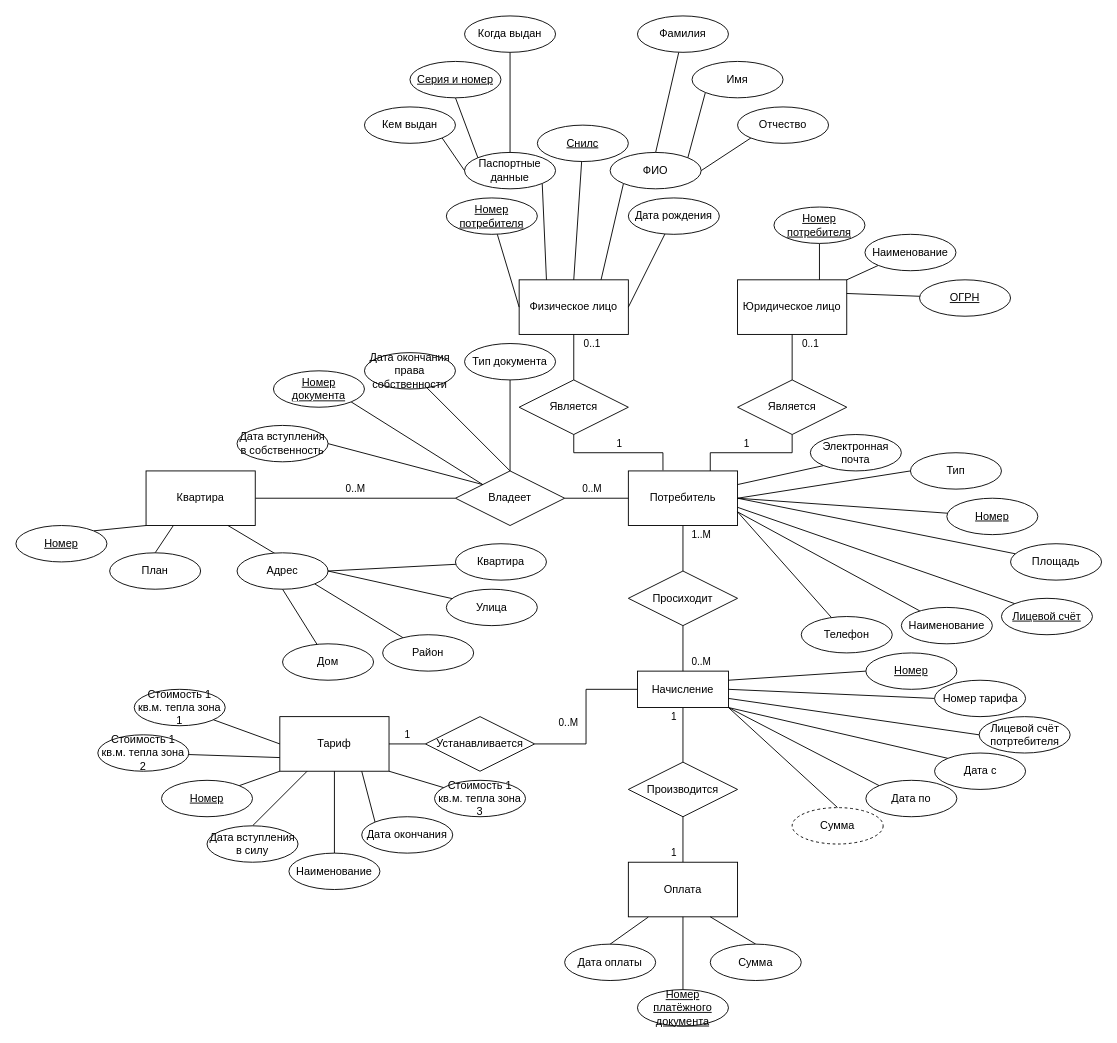
Mutabona/4Semestr keeps this draw.io diagram as PBD/Z2/Диаграмма/Концептуальная схема уровней сущностей.drawio. Above is the earlier version. Source tidied: cells renumbered, new cells numbered last; positions are measured from the earlier drawing's top-left corner, leaving out a move shared by most shapes. Both pictures are drawn from the tidied source at 91%, with x=0, y=0 at pixel (15, 15).
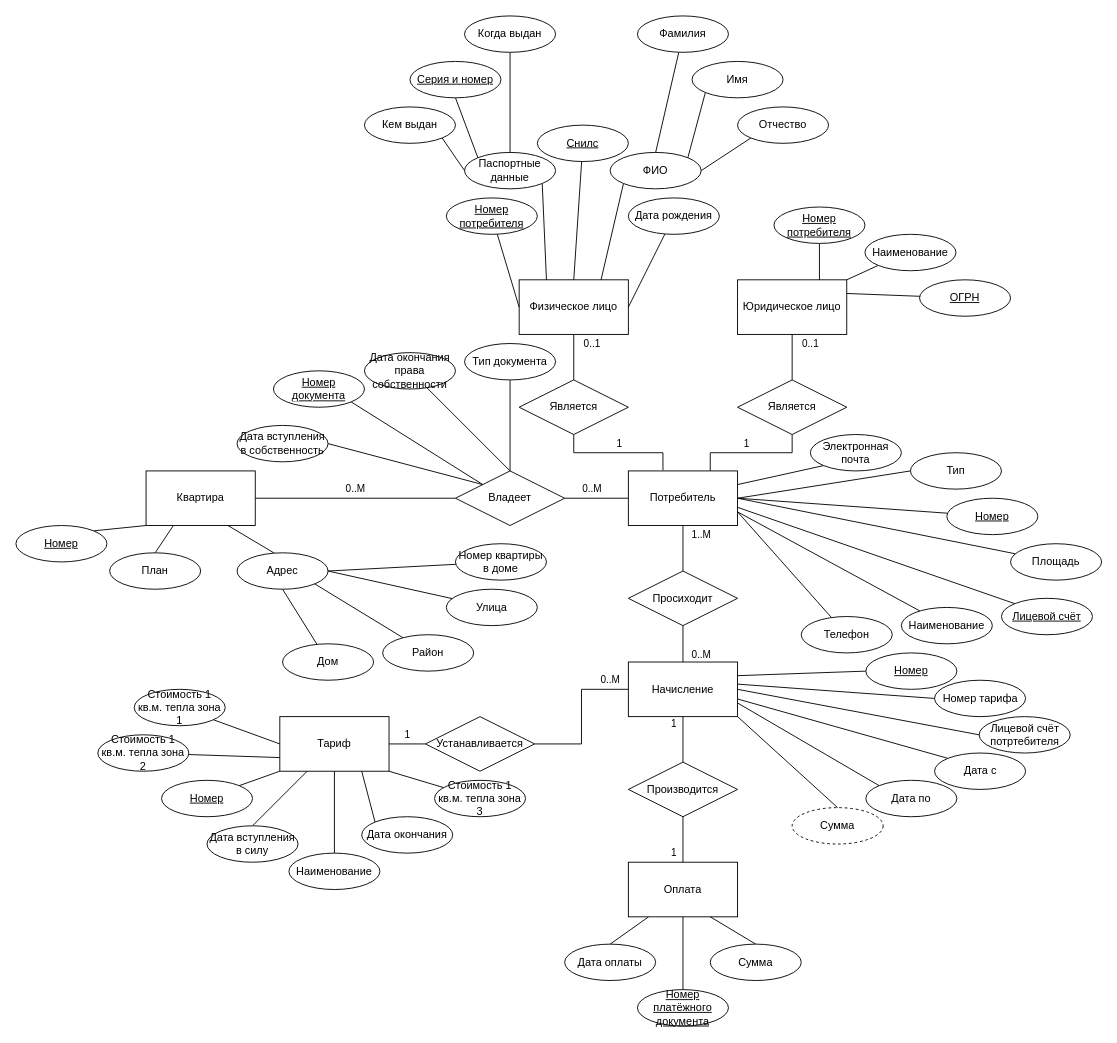
The same page after the edit.

The change refers to these unchanged cells:
```xml
<mxCell id="15" value="Устанавливается" style="shape=rhombus;perimeter=rhombusPerimeter;whiteSpace=wrap;html=1;align=center;" parent="1" vertex="1">
  <mxGeometry x="450" y="770" width="120" height="60" as="geometry" />
</mxCell>
<mxCell id="112" value="Номер тарифа" style="ellipse;whiteSpace=wrap;html=1;align=center;" parent="1" vertex="1">
  <mxGeometry x="1009.5" y="730" width="100" height="40" as="geometry" />
</mxCell>
<mxCell id="114" value="Лицевой счёт потртебителя" style="ellipse;whiteSpace=wrap;html=1;align=center;" parent="1" vertex="1">
  <mxGeometry x="1058.5" y="770" width="100" height="40" as="geometry" />
</mxCell>
<mxCell id="116" value="Дата с" style="ellipse;whiteSpace=wrap;html=1;align=center;" parent="1" vertex="1">
  <mxGeometry x="1009.5" y="810" width="100" height="40" as="geometry" />
</mxCell>
<mxCell id="118" value="Дата по" style="ellipse;whiteSpace=wrap;html=1;align=center;" parent="1" vertex="1">
  <mxGeometry x="934" y="840" width="100" height="40" as="geometry" />
</mxCell>
<mxCell id="120" value="Сумма" style="ellipse;whiteSpace=wrap;html=1;align=center;dashed=1;" parent="1" vertex="1">
  <mxGeometry x="853" y="870" width="100" height="40" as="geometry" />
</mxCell>
```

The edit, as a diff of the source:
```diff
@@
-    <mxCell id="14" value="&lt;br&gt;&lt;div&gt;0..M&lt;/div&gt;" style="edgeStyle=orthogonalEdgeStyle;rounded=0;jettySize=auto;html=1;entryX=0;entryY=0.5;entryDx=0;entryDy=0;endArrow=none;endFill=0;fillColor=#f5f5f5;strokeColor=#000000;" parent="1" edge="1" source="15" target="106">
-      <mxGeometry y="20" relative="1" as="geometry" />
+    <mxCell id="14" value="0..M" style="edgeStyle=orthogonalEdgeStyle;rounded=0;jettySize=auto;html=1;entryX=0;entryY=0.5;entryDx=0;entryDy=0;endArrow=none;endFill=0;fillColor=#f5f5f5;strokeColor=#000000;" parent="1" edge="1" source="15" target="106">
+      <mxGeometry x="0.75" y="10" relative="1" as="geometry" />
     </mxCell>
@@
-    <mxCell id="34" value="Квартира" style="ellipse;whiteSpace=wrap;html=1;align=center;" parent="1" vertex="1">
+    <mxCell id="34" value="Номер квартиры в доме" style="ellipse;whiteSpace=wrap;html=1;align=center;" parent="1" vertex="1">
       <mxGeometry x="483" y="580" width="100" height="40" as="geometry" />
     </mxCell>
@@
-    <mxCell id="106" value="Начисление" style="whiteSpace=wrap;html=1;align=center;" parent="1" vertex="1">
-      <mxGeometry x="683" y="720" width="100" height="40" as="geometry" />
-    </mxCell>
@@
-    <mxCell id="111" style="rounded=0;jettySize=auto;html=1;exitX=0;exitY=0.5;exitDx=0;exitDy=0;entryX=1;entryY=0.5;entryDx=0;entryDy=0;endArrow=none;endFill=0;" parent="1" edge="1" source="112" target="106">
+    <mxCell id="111" style="rounded=0;jettySize=auto;html=1;exitX=0;exitY=0.5;exitDx=0;exitDy=0;entryX=0.994;entryY=0.404;entryDx=0;entryDy=0;endArrow=none;endFill=0;entryPerimeter=0;" parent="1" edge="1" source="112" target="106">
       <mxGeometry relative="1" as="geometry" />
     </mxCell>
@@
-    <mxCell id="113" style="rounded=0;jettySize=auto;html=1;exitX=0;exitY=0.5;exitDx=0;exitDy=0;entryX=1;entryY=0.75;entryDx=0;entryDy=0;endArrow=none;endFill=0;" parent="1" edge="1" source="114" target="106">
+    <mxCell id="113" style="rounded=0;jettySize=auto;html=1;exitX=0;exitY=0.5;exitDx=0;exitDy=0;entryX=1;entryY=0.5;entryDx=0;entryDy=0;endArrow=none;endFill=0;" parent="1" edge="1" source="114" target="106">
       <mxGeometry relative="1" as="geometry" />
     </mxCell>
@@
-    <mxCell id="115" style="rounded=0;jettySize=auto;html=1;exitX=0;exitY=0;exitDx=0;exitDy=0;entryX=1;entryY=1;entryDx=0;entryDy=0;endArrow=none;endFill=0;" parent="1" edge="1" source="116" target="106">
+    <mxCell id="115" style="rounded=0;jettySize=auto;html=1;exitX=0;exitY=0;exitDx=0;exitDy=0;entryX=1;entryY=0.677;entryDx=0;entryDy=0;endArrow=none;endFill=0;entryPerimeter=0;" parent="1" edge="1" source="116" target="106">
       <mxGeometry relative="1" as="geometry" />
     </mxCell>
@@
-    <mxCell id="117" style="rounded=0;jettySize=auto;html=1;exitX=0;exitY=0;exitDx=0;exitDy=0;endArrow=none;endFill=0;" parent="1" edge="1" source="118">
-      <mxGeometry relative="1" as="geometry">
-        <mxPoint x="783" y="760" as="targetPoint" />
-      </mxGeometry>
+    <mxCell id="117" style="rounded=0;jettySize=auto;html=1;exitX=0;exitY=0;exitDx=0;exitDy=0;endArrow=none;endFill=0;entryX=1;entryY=0.75;entryDx=0;entryDy=0;" parent="1" edge="1" source="118" target="106">
+      <mxGeometry relative="1" as="geometry" />
     </mxCell>
@@
-    <mxCell id="119" style="rounded=0;jettySize=auto;html=1;exitX=0.5;exitY=0;exitDx=0;exitDy=0;endArrow=none;endFill=0;" parent="1" edge="1" source="120">
-      <mxGeometry relative="1" as="geometry">
-        <mxPoint x="783" y="760" as="targetPoint" />
-      </mxGeometry>
+    <mxCell id="119" style="rounded=0;jettySize=auto;html=1;exitX=0.5;exitY=0;exitDx=0;exitDy=0;endArrow=none;endFill=0;entryX=1;entryY=1;entryDx=0;entryDy=0;" parent="1" edge="1" source="120" target="106">
+      <mxGeometry relative="1" as="geometry" />
     </mxCell>
@@
+    <mxCell id="106" value="Начисление" style="rounded=0;whiteSpace=wrap;html=1;" parent="1" vertex="1">
+      <mxGeometry x="673" y="710" width="120" height="60" as="geometry" />
+    </mxCell>
```
